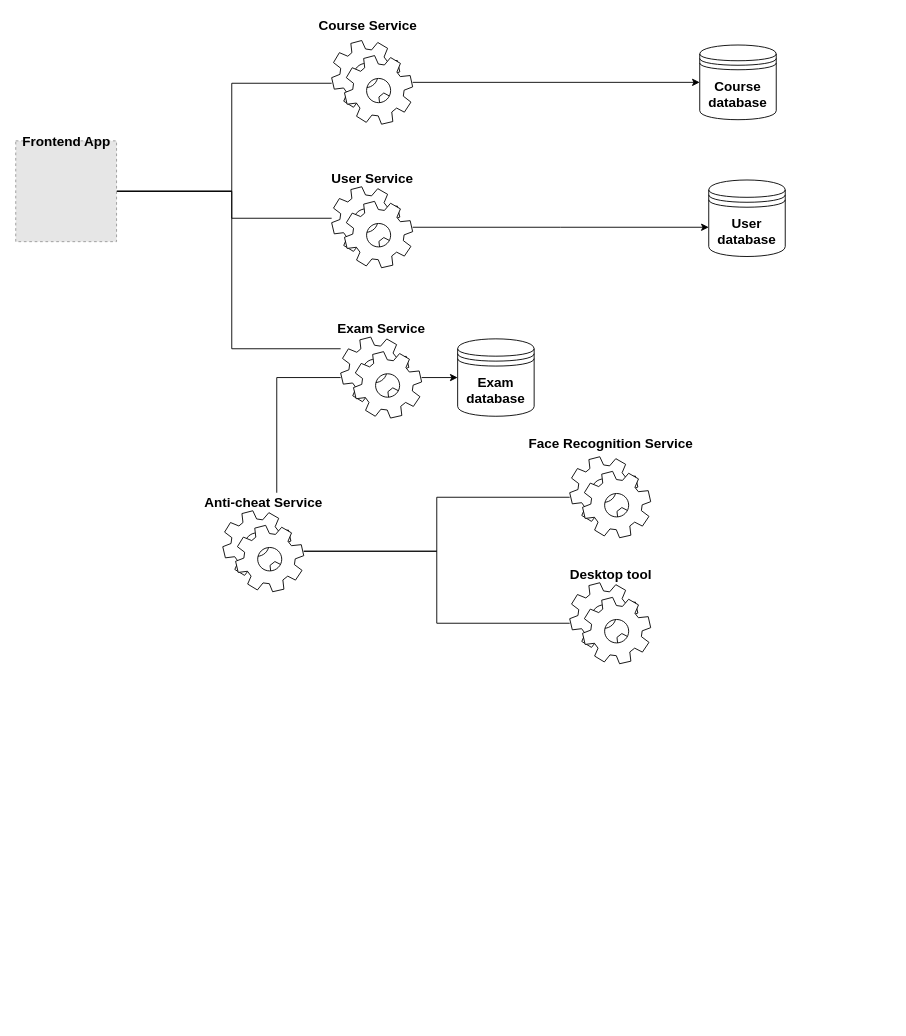
Earlier version of the draw.io diagram System architecture/system-architecture.drawio (MarwanGalal746/D-Exam-with-Anti-Cheat-System). Source tidied: cells renumbered, new cells numbered last; positions are measured from the earlier drawing's top-left corner, leaving out a move shared by most shapes. Both pictures are drawn from the tidied source at 90%, with x=0, y=0 at pixel (15, 15). Pictures stored in the file or linked from it are replaced by grey dashed boxes.
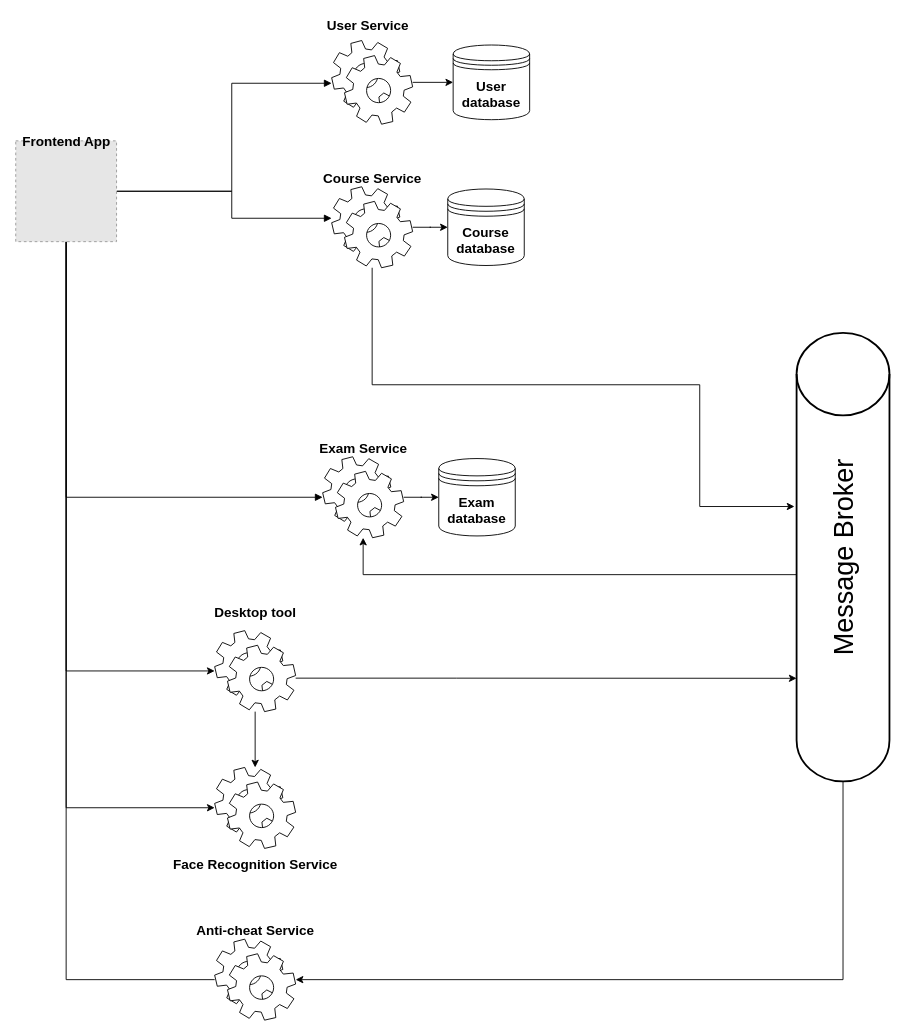
Above is the later version.

Commit message (it also covers changes not shown here):
updating system architecture

The change refers to these unchanged cells:
```xml
<mxCell id="26" style="fillColor=#E6E6E6;strokeColor=#999999;dashed=1;verticalLabelPosition=bottom;labelBackgroundColor=#ffffff;verticalAlign=top;" parent="1" vertex="1">
  <mxGeometry y="139" width="112" height="112" as="geometry" />
</mxCell>
```

The edit, as a diff of the source:
```diff
@@
     <mxCell id="2" value="&lt;font style=&quot;font-size: 15px&quot;&gt;&lt;b&gt;Exam database&lt;/b&gt;&lt;/font&gt;" style="shape=datastore;whiteSpace=wrap;html=1;" parent="1" vertex="1">
-      <mxGeometry x="491" y="359" width="85" height="86" as="geometry" />
+      <mxGeometry x="470" y="492" width="85" height="86" as="geometry" />
     </mxCell>
-    <mxCell id="3" style="edgeStyle=orthogonalEdgeStyle;rounded=0;jettySize=auto;html=1;entryX=0;entryY=0.5;entryDx=0;entryDy=0;" parent="1" edge="1" source="4" target="2">
-      <mxGeometry relative="1" as="geometry" />
-    </mxCell>
-    <mxCell id="4" style="shape=mxgraph.bpmn.service_task;html=1;outlineConnect=0;" parent="1" vertex="1">
-      <mxGeometry x="361" y="357" width="90" height="90" as="geometry" />
-    </mxCell>
+    <mxCell id="28" style="edgeStyle=orthogonalEdgeStyle;rounded=0;jettySize=auto;html=1;entryX=0;entryY=0.5;entryDx=0;entryDy=0;" parent="1" edge="1" source="30" target="2">
+      <mxGeometry relative="1" as="geometry" />
+    </mxCell>
+    <mxCell id="29" style="edgeStyle=orthogonalEdgeStyle;rounded=0;jettySize=auto;html=1;endArrow=none;endFill=0;startArrow=block;startFill=1;" parent="1" edge="1" source="30" target="26">
+      <mxGeometry relative="1" as="geometry" />
+    </mxCell>
+    <mxCell id="30" style="shape=mxgraph.bpmn.service_task;html=1;outlineConnect=0;" parent="1" vertex="1">
+      <mxGeometry x="341" y="490" width="90" height="90" as="geometry" />
+    </mxCell>
     <mxCell id="5" value="&lt;b&gt;&lt;font style=&quot;font-size: 15px&quot;&gt;Exam Service&lt;/font&gt;&lt;/b&gt;" style="text;html=1;align=center;verticalAlign=middle;" parent="1" vertex="1">
-      <mxGeometry x="351" y="337" width="110" height="20" as="geometry" />
+      <mxGeometry x="331" y="470" width="110" height="20" as="geometry" />
     </mxCell>
+    <mxCell id="10" value="&lt;font style=&quot;font-size: 15px&quot;&gt;&lt;b&gt;User database&lt;/b&gt;&lt;/font&gt;" style="shape=datastore;whiteSpace=wrap;html=1;" parent="1" vertex="1">
+      <mxGeometry x="486" y="32.5" width="85" height="83" as="geometry" />
+    </mxCell>
+    <mxCell id="31" style="edgeStyle=orthogonalEdgeStyle;rounded=0;jettySize=auto;html=1;entryX=0;entryY=0.5;entryDx=0;entryDy=0;" parent="1" edge="1" source="8" target="10">
+      <mxGeometry relative="1" as="geometry" />
+    </mxCell>
+    <mxCell id="8" style="shape=mxgraph.bpmn.service_task;html=1;outlineConnect=0;" parent="1" vertex="1">
+      <mxGeometry x="351" y="27.5" width="90" height="93" as="geometry" />
+    </mxCell>
+    <mxCell id="13" value="&lt;b&gt;&lt;font style=&quot;font-size: 15px&quot;&gt;User Service&lt;/font&gt;&lt;/b&gt;" style="text;html=1;align=center;verticalAlign=middle;" parent="1" vertex="1">
+      <mxGeometry x="336" width="110" height="20" as="geometry" />
+    </mxCell>
     <mxCell id="6" value="&lt;font style=&quot;font-size: 15px&quot;&gt;&lt;b&gt;Course database&lt;/b&gt;&lt;/font&gt;" style="shape=datastore;whiteSpace=wrap;html=1;" parent="1" vertex="1">
-      <mxGeometry x="760" y="32.5" width="85" height="83" as="geometry" />
+      <mxGeometry x="480" y="192.5" width="85" height="85" as="geometry" />
     </mxCell>
-    <mxCell id="7" style="edgeStyle=orthogonalEdgeStyle;rounded=0;jettySize=auto;html=1;entryX=0;entryY=0.5;entryDx=0;entryDy=0;" parent="1" edge="1" source="8" target="6">
-      <mxGeometry relative="1" as="geometry" />
-    </mxCell>
-    <mxCell id="8" style="shape=mxgraph.bpmn.service_task;html=1;outlineConnect=0;" parent="1" vertex="1">
-      <mxGeometry x="351" y="27.5" width="90" height="93" as="geometry" />
-    </mxCell>
+    <mxCell id="32" style="edgeStyle=orthogonalEdgeStyle;rounded=0;jettySize=auto;html=1;entryX=0;entryY=0.5;entryDx=0;entryDy=0;" parent="1" edge="1" source="12" target="6">
+      <mxGeometry relative="1" as="geometry" />
+    </mxCell>
+    <mxCell id="33" style="edgeStyle=orthogonalEdgeStyle;rounded=0;jettySize=auto;html=1;entryX=0.613;entryY=-0.023;entryDx=0;entryDy=0;entryPerimeter=0;" parent="1" edge="1" source="12" target="44">
+      <mxGeometry relative="1" as="geometry">
+        <Array as="points">
+          <mxPoint x="396" y="410" />
+          <mxPoint x="760" y="410" />
+          <mxPoint x="760" y="545" />
+        </Array>
+      </mxGeometry>
+    </mxCell>
+    <mxCell id="12" style="shape=mxgraph.bpmn.service_task;html=1;outlineConnect=0;" parent="1" vertex="1">
+      <mxGeometry x="351" y="190" width="90" height="90" as="geometry" />
+    </mxCell>
     <mxCell id="9" value="&lt;b&gt;&lt;font style=&quot;font-size: 15px&quot;&gt;Course Service&lt;/font&gt;&lt;/b&gt;" style="text;html=1;align=center;verticalAlign=middle;" parent="1" vertex="1">
-      <mxGeometry x="331" width="120" height="20" as="geometry" />
+      <mxGeometry x="336" y="170" width="120" height="20" as="geometry" />
     </mxCell>
-    <mxCell id="10" value="&lt;font style=&quot;font-size: 15px&quot;&gt;&lt;b&gt;User database&lt;/b&gt;&lt;/font&gt;" style="shape=datastore;whiteSpace=wrap;html=1;" parent="1" vertex="1">
-      <mxGeometry x="770" y="182.5" width="85" height="85" as="geometry" />
-    </mxCell>
-    <mxCell id="11" style="edgeStyle=orthogonalEdgeStyle;rounded=0;jettySize=auto;html=1;entryX=0;entryY=0.5;entryDx=0;entryDy=0;" parent="1" edge="1" source="12">
-      <mxGeometry relative="1" as="geometry">
-        <mxPoint x="770" y="235" as="targetPoint" />
-      </mxGeometry>
-    </mxCell>
-    <mxCell id="12" style="shape=mxgraph.bpmn.service_task;html=1;outlineConnect=0;" parent="1" vertex="1">
-      <mxGeometry x="351" y="190" width="90" height="90" as="geometry" />
-    </mxCell>
-    <mxCell id="13" value="&lt;b&gt;&lt;font style=&quot;font-size: 15px&quot;&gt;User Service&lt;/font&gt;&lt;/b&gt;" style="text;html=1;align=center;verticalAlign=middle;" parent="1" vertex="1">
-      <mxGeometry x="341" y="170" width="110" height="20" as="geometry" />
-    </mxCell>
-    <mxCell id="14" style="edgeStyle=orthogonalEdgeStyle;rounded=0;jettySize=auto;html=1;endArrow=none;endFill=0;" parent="1" edge="1" source="16" target="21">
-      <mxGeometry relative="1" as="geometry" />
-    </mxCell>
-    <mxCell id="15" style="edgeStyle=orthogonalEdgeStyle;rounded=0;jettySize=auto;html=1;endArrow=none;endFill=0;" parent="1" edge="1" source="16" target="19">
-      <mxGeometry relative="1" as="geometry" />
-    </mxCell>
-    <mxCell id="16" style="shape=mxgraph.bpmn.service_task;html=1;outlineConnect=0;" parent="1" vertex="1">
-      <mxGeometry x="230" y="550" width="90" height="90" as="geometry" />
-    </mxCell>
-    <mxCell id="17" style="edgeStyle=orthogonalEdgeStyle;rounded=0;jettySize=auto;html=1;endArrow=none;endFill=0;" parent="1" edge="1" source="18" target="4">
-      <mxGeometry relative="1" as="geometry">
-        <Array as="points">
-          <mxPoint x="290" y="402" />
-        </Array>
-      </mxGeometry>
-    </mxCell>
+    <mxCell id="34" style="edgeStyle=orthogonalEdgeStyle;rounded=0;jettySize=auto;html=1;entryX=0.5;entryY=1;entryDx=0;entryDy=0;endArrow=none;endFill=0;" parent="1" edge="1" source="35" target="26">
+      <mxGeometry relative="1" as="geometry" />
+    </mxCell>
+    <mxCell id="35" style="shape=mxgraph.bpmn.service_task;html=1;outlineConnect=0;" parent="1" vertex="1">
+      <mxGeometry x="221" y="1026" width="90" height="90" as="geometry" />
+    </mxCell>
     <mxCell id="18" value="&lt;b&gt;&lt;font style=&quot;font-size: 15px&quot;&gt;Anti-cheat Service&lt;/font&gt;&lt;/b&gt;" style="text;html=1;align=center;verticalAlign=middle;points=[];" parent="1" vertex="1">
-      <mxGeometry x="200" y="530" width="150" height="20" as="geometry" />
+      <mxGeometry x="191" y="1006" width="150" height="20" as="geometry" />
     </mxCell>
-    <mxCell id="19" style="shape=mxgraph.bpmn.service_task;html=1;outlineConnect=0;" parent="1" vertex="1">
-      <mxGeometry x="615.5" y="630" width="90" height="90" as="geometry" />
-    </mxCell>
+    <mxCell id="36" style="edgeStyle=orthogonalEdgeStyle;rounded=0;jettySize=auto;html=1;entryX=0.23;entryY=0;entryDx=0;entryDy=0;entryPerimeter=0;fontSize=30;" parent="1" edge="1" source="38" target="44">
+      <mxGeometry relative="1" as="geometry">
+        <Array as="points">
+          <mxPoint x="490" y="736" />
+          <mxPoint x="490" y="736" />
+        </Array>
+      </mxGeometry>
+    </mxCell>
+    <mxCell id="37" style="edgeStyle=orthogonalEdgeStyle;rounded=0;jettySize=auto;html=1;fontSize=30;" parent="1" edge="1" source="38" target="39">
+      <mxGeometry relative="1" as="geometry" />
+    </mxCell>
+    <mxCell id="38" style="shape=mxgraph.bpmn.service_task;html=1;outlineConnect=0;" parent="1" vertex="1">
+      <mxGeometry x="221" y="683.2" width="90" height="90" as="geometry" />
+    </mxCell>
     <mxCell id="20" value="&lt;b&gt;&lt;font style=&quot;font-size: 15px&quot;&gt;Desktop tool&lt;/font&gt;&lt;/b&gt;" style="text;html=1;align=center;verticalAlign=middle;" parent="1" vertex="1">
-      <mxGeometry x="605.5" y="610" width="110" height="20" as="geometry" />
+      <mxGeometry x="211" y="653.2" width="110" height="20" as="geometry" />
     </mxCell>
-    <mxCell id="21" style="shape=mxgraph.bpmn.service_task;html=1;outlineConnect=0;" parent="1" vertex="1">
-      <mxGeometry x="615.5" y="490" width="90" height="90" as="geometry" />
-    </mxCell>
+    <mxCell id="39" style="shape=mxgraph.bpmn.service_task;html=1;outlineConnect=0;" parent="1" vertex="1">
+      <mxGeometry x="221" y="835.2" width="90" height="90" as="geometry" />
+    </mxCell>
     <mxCell id="22" value="&lt;b&gt;&lt;font style=&quot;font-size: 15px&quot;&gt;Face Recognition Service&lt;/font&gt;&lt;/b&gt;" style="text;html=1;align=center;verticalAlign=middle;" parent="1" vertex="1">
-      <mxGeometry x="560.5" y="465" width="200" height="20" as="geometry" />
+      <mxGeometry x="166" y="933" width="200" height="20" as="geometry" />
     </mxCell>
-    <mxCell id="23" style="edgeStyle=orthogonalEdgeStyle;rounded=0;jettySize=auto;html=1;endArrow=none;endFill=0;" parent="1" edge="1" source="26" target="8">
+    <mxCell id="23" style="edgeStyle=orthogonalEdgeStyle;rounded=0;jettySize=auto;html=1;endArrow=block;endFill=1;" parent="1" edge="1" source="26" target="8">
       <mxGeometry relative="1" as="geometry">
         <Array as="points">
           <mxPoint x="240" y="195" />
           <mxPoint x="240" y="75" />
         </Array>
       </mxGeometry>
     </mxCell>
-    <mxCell id="24" style="edgeStyle=orthogonalEdgeStyle;rounded=0;jettySize=auto;html=1;endArrow=none;endFill=0;" parent="1" edge="1" source="26" target="12">
+    <mxCell id="24" style="edgeStyle=orthogonalEdgeStyle;rounded=0;jettySize=auto;html=1;endArrow=block;endFill=1;" parent="1" edge="1" source="26" target="12">
       <mxGeometry relative="1" as="geometry">
         <Array as="points">
           <mxPoint x="240" y="195" />
           <mxPoint x="240" y="225" />
         </Array>
       </mxGeometry>
     </mxCell>
-    <mxCell id="25" style="edgeStyle=orthogonalEdgeStyle;rounded=0;jettySize=auto;html=1;endArrow=none;endFill=0;" parent="1" edge="1" source="26" target="4">
-      <mxGeometry relative="1" as="geometry">
-        <Array as="points">
-          <mxPoint x="240" y="195" />
-          <mxPoint x="240" y="370" />
-        </Array>
-      </mxGeometry>
-    </mxCell>
+    <mxCell id="40" style="edgeStyle=orthogonalEdgeStyle;rounded=0;jettySize=auto;html=1;fontSize=30;" parent="1" edge="1" source="26" target="38">
+      <mxGeometry relative="1" as="geometry">
+        <Array as="points">
+          <mxPoint x="56" y="728" />
+        </Array>
+      </mxGeometry>
+    </mxCell>
+    <mxCell id="41" style="edgeStyle=orthogonalEdgeStyle;rounded=0;jettySize=auto;html=1;fontSize=30;" parent="1" edge="1" source="26" target="39">
+      <mxGeometry relative="1" as="geometry">
+        <Array as="points">
+          <mxPoint x="56" y="880" />
+        </Array>
+      </mxGeometry>
+    </mxCell>
@@
+    <mxCell id="42" style="edgeStyle=orthogonalEdgeStyle;rounded=0;jettySize=auto;html=1;fontSize=30;exitX=0.466;exitY=0.012;exitDx=0;exitDy=0;exitPerimeter=0;" parent="1" edge="1" target="30">
+      <mxGeometry relative="1" as="geometry">
+        <mxPoint x="868.8" y="619.6" as="sourcePoint" />
+        <Array as="points">
+          <mxPoint x="869" y="621" />
+          <mxPoint x="386" y="621" />
+        </Array>
+      </mxGeometry>
+    </mxCell>
+    <mxCell id="43" style="edgeStyle=orthogonalEdgeStyle;rounded=0;jettySize=auto;html=1;exitX=0;exitY=0.5;exitDx=0;exitDy=0;exitPerimeter=0;fontSize=30;" parent="1" edge="1" target="35">
+      <mxGeometry relative="1" as="geometry">
+        <mxPoint x="919.2" y="783.8" as="sourcePoint" />
+        <Array as="points">
+          <mxPoint x="919" y="1071" />
+        </Array>
+      </mxGeometry>
+    </mxCell>
+    <mxCell id="44" value="&lt;font style=&quot;font-size: 30px&quot;&gt;Message Broker&lt;/font&gt;" style="strokeWidth=2;html=1;shape=mxgraph.flowchart.direct_data;whiteSpace=wrap;rotation=-90;" parent="1" vertex="1">
+      <mxGeometry x="670" y="550" width="498.4" height="103.2" as="geometry" />
+    </mxCell>
```
